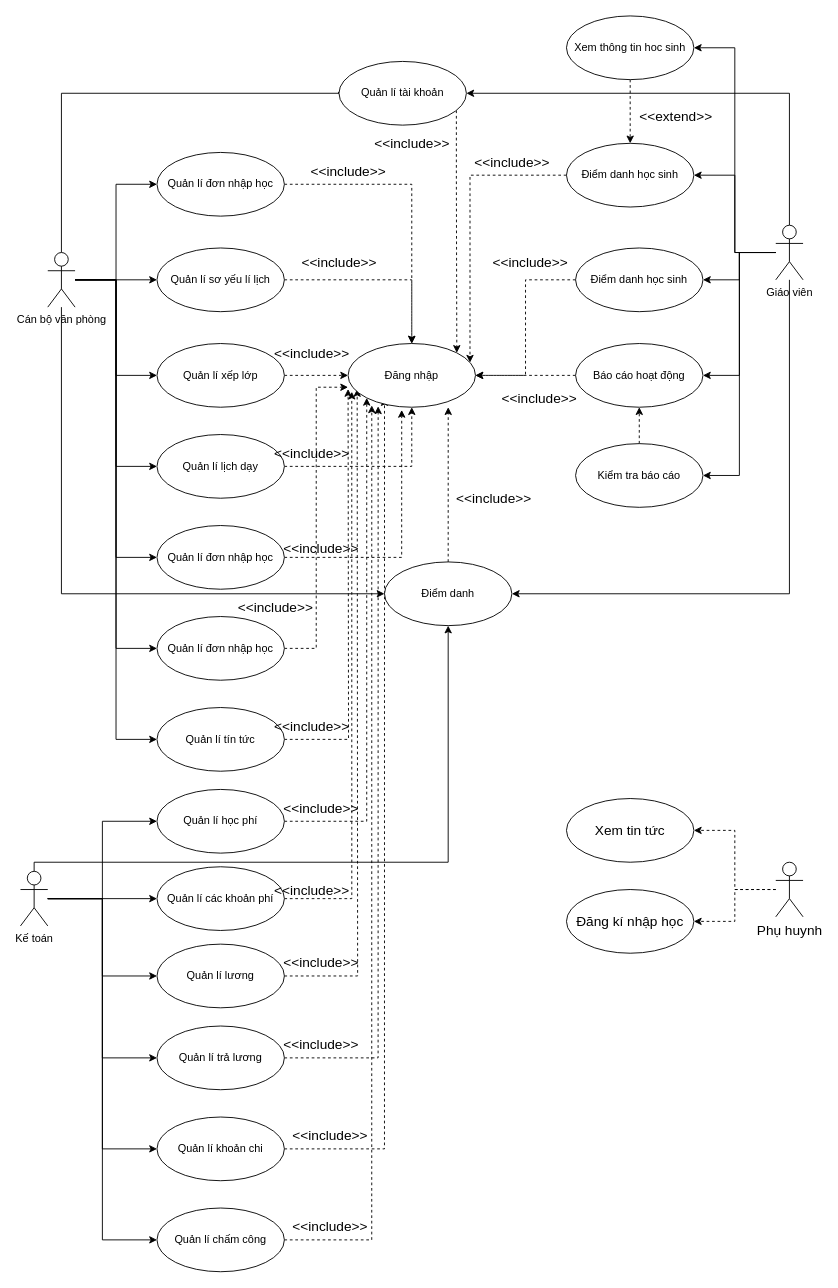
Before: page "Page-1" (1 of 2) of doc/usecase/mamnonusecase.drawio in tuankiet64-cntt/quanlitruongmamnon, a draw.io diagram. Source tidied: cells renumbered, new cells numbered last; positions are measured from the earlier drawing's top-left corner, leaving out a move shared by most shapes. Both pictures are drawn from the tidied source at 91%, with x=0, y=0 at pixel (20, 15).
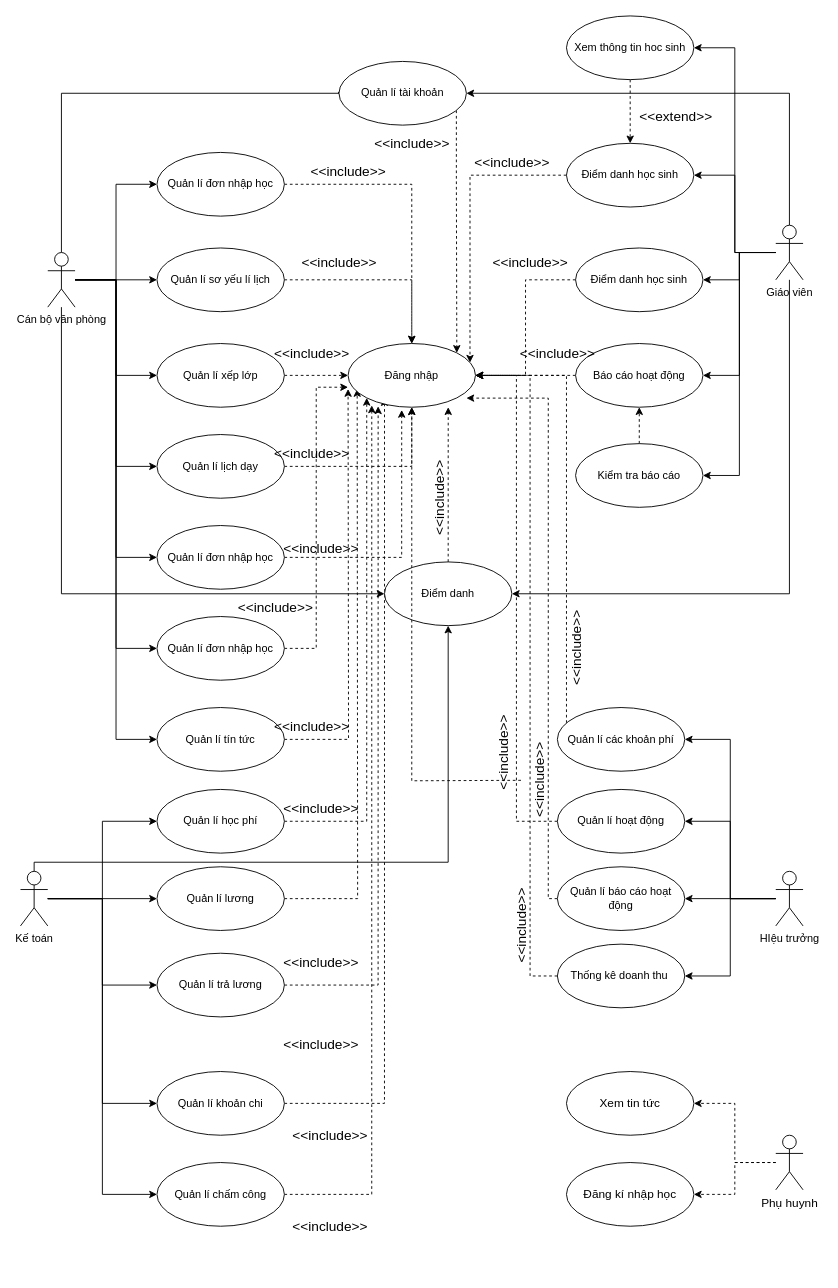
The same page after the edit.

The change refers to these unchanged cells:
```xml
<mxCell id="33" value="Kế toán" style="shape=umlActor;verticalLabelPosition=bottom;verticalAlign=top;html=1;" parent="1" vertex="1">
  <mxGeometry y="940" width="30" height="60" as="geometry" />
</mxCell>
<mxCell id="69" value="Đăng nhập" style="ellipse;whiteSpace=wrap;html=1;" parent="1" vertex="1">
  <mxGeometry x="360" y="360" width="140" height="70" as="geometry" />
</mxCell>
```

Diff of the diagram source:
```diff
@@
-    <mxCell id="27" style="edgeStyle=orthogonalEdgeStyle;rounded=0;jettySize=auto;html=1;" parent="1" edge="1" source="33" target="37">
-      <mxGeometry relative="1" as="geometry" />
-    </mxCell>
@@
-    <mxCell id="36" style="edgeStyle=orthogonalEdgeStyle;rounded=0;jettySize=auto;html=1;entryX=0.029;entryY=0.757;entryDx=0;entryDy=0;entryPerimeter=0;dashed=1;fontSize=15;" parent="1" edge="1" source="37" target="69">
-      <mxGeometry relative="1" as="geometry" />
-    </mxCell>
-    <mxCell id="37" value="Quản lí các khoản phí" style="ellipse;whiteSpace=wrap;html=1;" parent="1" vertex="1">
-      <mxGeometry x="150" y="935" width="140" height="70" as="geometry" />
-    </mxCell>
@@
     <mxCell id="39" value="Quản lí lương" style="ellipse;whiteSpace=wrap;html=1;" parent="1" vertex="1">
-      <mxGeometry x="150" y="1020" width="140" height="70" as="geometry" />
+      <mxGeometry x="150" y="935" width="140" height="70" as="geometry" />
     </mxCell>
@@
     <mxCell id="41" value="Quản lí trả lương" style="ellipse;whiteSpace=wrap;html=1;" parent="1" vertex="1">
-      <mxGeometry x="150" y="1110" width="140" height="70" as="geometry" />
+      <mxGeometry x="150" y="1030" width="140" height="70" as="geometry" />
     </mxCell>
@@
     <mxCell id="43" value="Quản lí khoản chi" style="ellipse;whiteSpace=wrap;html=1;" parent="1" vertex="1">
-      <mxGeometry x="150" y="1210" width="140" height="70" as="geometry" />
+      <mxGeometry x="150" y="1160" width="140" height="70" as="geometry" />
     </mxCell>
@@
     <mxCell id="45" value="Quản lí chấm công" style="ellipse;whiteSpace=wrap;html=1;" parent="1" vertex="1">
-      <mxGeometry x="150" y="1310" width="140" height="70" as="geometry" />
+      <mxGeometry x="150" y="1260" width="140" height="70" as="geometry" />
     </mxCell>
@@
-    <mxCell id="81" value="&amp;lt;&amp;lt;include&amp;gt;&amp;gt;" style="text;html=1;align=center;verticalAlign=middle;fontSize=15;" parent="1" vertex="1">
-      <mxGeometry x="270" y="950" width="100" height="20" as="geometry" />
-    </mxCell>
@@
-    <mxCell id="86" value="&amp;lt;&amp;lt;include&amp;gt;&amp;gt;" style="text;html=1;align=center;verticalAlign=middle;fontSize=15;" parent="1" vertex="1">
-      <mxGeometry x="470" y="520" width="100" height="20" as="geometry" />
+    <mxCell id="86" value="&amp;lt;&amp;lt;include&amp;gt;&amp;gt;" style="text;html=1;align=center;verticalAlign=middle;fontSize=15;rotation=270;" parent="1" vertex="1">
+      <mxGeometry x="410" y="520" width="100" height="20" as="geometry" />
     </mxCell>
-    <mxCell id="87" value="&amp;lt;&amp;lt;include&amp;gt;&amp;gt;" style="text;html=1;align=center;verticalAlign=middle;fontSize=15;" parent="1" vertex="1">
-      <mxGeometry x="520" y="410" width="100" height="20" as="geometry" />
+    <mxCell id="87" value="&amp;lt;&amp;lt;include&amp;gt;&amp;gt;" style="text;html=1;align=center;verticalAlign=middle;fontSize=15;rounded=0;" parent="1" vertex="1">
+      <mxGeometry x="540" y="360" width="100" height="20" as="geometry" />
     </mxCell>
-    <mxCell id="88" style="edgeStyle=orthogonalEdgeStyle;rounded=0;jettySize=auto;html=1;entryX=1;entryY=0.5;entryDx=0;entryDy=0;dashed=1;fontSize=15;" parent="1" edge="1" source="90" target="91">
+    <mxCell id="88" style="edgeStyle=orthogonalEdgeStyle;rounded=0;jettySize=auto;html=1;entryX=1;entryY=0.5;entryDx=0;entryDy=0;dashed=1;fontSize=13;" parent="1" edge="1" source="90" target="91">
       <mxGeometry relative="1" as="geometry" />
     </mxCell>
-    <mxCell id="89" style="edgeStyle=orthogonalEdgeStyle;rounded=0;jettySize=auto;html=1;entryX=1;entryY=0.5;entryDx=0;entryDy=0;dashed=1;fontSize=15;" parent="1" edge="1" source="90" target="92">
+    <mxCell id="89" style="edgeStyle=orthogonalEdgeStyle;rounded=0;jettySize=auto;html=1;entryX=1;entryY=0.5;entryDx=0;entryDy=0;dashed=1;fontSize=13;" parent="1" edge="1" source="90" target="92">
       <mxGeometry relative="1" as="geometry" />
     </mxCell>
-    <mxCell id="90" value="Phụ huynh" style="shape=umlActor;verticalLabelPosition=bottom;verticalAlign=top;html=1;fontSize=15;" parent="1" vertex="1">
-      <mxGeometry x="830" y="930" width="30" height="60" as="geometry" />
+    <mxCell id="90" value="Phụ huynh" style="shape=umlActor;verticalLabelPosition=bottom;verticalAlign=top;html=1;fontSize=13;" parent="1" vertex="1">
+      <mxGeometry x="830" y="1230" width="30" height="60" as="geometry" />
     </mxCell>
-    <mxCell id="91" value="Xem tin tức" style="ellipse;whiteSpace=wrap;html=1;fontSize=15;" parent="1" vertex="1">
-      <mxGeometry x="600" y="860" width="140" height="70" as="geometry" />
+    <mxCell id="91" value="Xem tin tức" style="ellipse;whiteSpace=wrap;html=1;fontSize=13;" parent="1" vertex="1">
+      <mxGeometry x="600" y="1160" width="140" height="70" as="geometry" />
     </mxCell>
-    <mxCell id="92" value="Đăng kí nhập học" style="ellipse;whiteSpace=wrap;html=1;fontSize=15;" parent="1" vertex="1">
-      <mxGeometry x="600" y="960" width="140" height="70" as="geometry" />
+    <mxCell id="92" value="Đăng kí nhập học" style="ellipse;whiteSpace=wrap;html=1;fontSize=13;" parent="1" vertex="1">
+      <mxGeometry x="600" y="1260" width="140" height="70" as="geometry" />
     </mxCell>
+    <mxCell id="93" style="edgeStyle=orthogonalEdgeStyle;rounded=0;jettySize=auto;html=1;entryX=1;entryY=0.5;entryDx=0;entryDy=0;fontSize=13;" parent="1" edge="1" source="97" target="99">
+      <mxGeometry relative="1" as="geometry" />
+    </mxCell>
+    <mxCell id="94" style="edgeStyle=orthogonalEdgeStyle;rounded=0;jettySize=auto;html=1;fontSize=13;" parent="1" edge="1" source="97" target="101">
+      <mxGeometry relative="1" as="geometry" />
+    </mxCell>
+    <mxCell id="95" style="edgeStyle=orthogonalEdgeStyle;rounded=0;jettySize=auto;html=1;entryX=1;entryY=0.5;entryDx=0;entryDy=0;fontSize=13;" parent="1" edge="1" source="97" target="104">
+      <mxGeometry relative="1" as="geometry" />
+    </mxCell>
+    <mxCell id="96" style="edgeStyle=orthogonalEdgeStyle;rounded=0;jettySize=auto;html=1;entryX=1;entryY=0.5;entryDx=0;entryDy=0;fontSize=13;" parent="1" edge="1" source="97" target="37">
+      <mxGeometry relative="1" as="geometry" />
+    </mxCell>
+    <mxCell id="97" value="HIệu trưởng" style="shape=umlActor;verticalLabelPosition=bottom;verticalAlign=top;html=1;outlineConnect=0;" parent="1" vertex="1">
+      <mxGeometry x="830" y="940" width="30" height="60" as="geometry" />
+    </mxCell>
+    <mxCell id="98" style="edgeStyle=orthogonalEdgeStyle;rounded=0;jettySize=auto;html=1;entryX=1;entryY=0.5;entryDx=0;entryDy=0;fontSize=13;dashed=1;" parent="1" edge="1" source="99" target="69">
+      <mxGeometry relative="1" as="geometry" />
+    </mxCell>
+    <mxCell id="99" value="Quản lí hoạt động" style="ellipse;whiteSpace=wrap;html=1;" parent="1" vertex="1">
+      <mxGeometry x="590" y="850" width="140" height="70" as="geometry" />
+    </mxCell>
+    <mxCell id="100" style="edgeStyle=orthogonalEdgeStyle;rounded=0;jettySize=auto;html=1;entryX=0.929;entryY=0.857;entryDx=0;entryDy=0;entryPerimeter=0;fontSize=13;dashed=1;" parent="1" edge="1" source="101" target="69">
+      <mxGeometry relative="1" as="geometry">
+        <Array as="points">
+          <mxPoint x="580" y="970" />
+          <mxPoint x="580" y="420" />
+        </Array>
+      </mxGeometry>
+    </mxCell>
+    <mxCell id="101" value="Quản lí báo cáo hoạt động" style="ellipse;whiteSpace=wrap;html=1;" parent="1" vertex="1">
+      <mxGeometry x="590" y="935" width="140" height="70" as="geometry" />
+    </mxCell>
+    <mxCell id="102" style="edgeStyle=orthogonalEdgeStyle;rounded=0;jettySize=auto;html=1;fontSize=13;dashed=1;" parent="1" edge="1" target="69">
+      <mxGeometry relative="1" as="geometry">
+        <mxPoint x="550" y="840" as="sourcePoint" />
+      </mxGeometry>
+    </mxCell>
+    <mxCell id="103" style="edgeStyle=orthogonalEdgeStyle;rounded=0;jettySize=auto;html=1;dashed=1;fontSize=13;" parent="1" edge="1" source="104" target="69">
+      <mxGeometry relative="1" as="geometry">
+        <Array as="points">
+          <mxPoint x="560" y="1055" />
+          <mxPoint x="560" y="395" />
+        </Array>
+      </mxGeometry>
+    </mxCell>
+    <mxCell id="104" value="Thống kê doanh thu&amp;nbsp;" style="ellipse;whiteSpace=wrap;html=1;" parent="1" vertex="1">
+      <mxGeometry x="590" y="1020" width="140" height="70" as="geometry" />
+    </mxCell>
+    <mxCell id="105" value="&amp;lt;&amp;lt;include&amp;gt;&amp;gt;" style="text;html=1;align=center;verticalAlign=middle;fontSize=15;rotation=270;" parent="1" vertex="1">
+      <mxGeometry x="500" y="990" width="100" height="20" as="geometry" />
+    </mxCell>
+    <mxCell id="106" value="&amp;lt;&amp;lt;include&amp;gt;&amp;gt;" style="text;html=1;align=center;verticalAlign=middle;fontSize=15;rotation=270;" parent="1" vertex="1">
+      <mxGeometry x="480" y="800" width="100" height="20" as="geometry" />
+    </mxCell>
+    <mxCell id="36" style="edgeStyle=orthogonalEdgeStyle;rounded=0;jettySize=auto;html=1;dashed=1;fontSize=13;" parent="1" edge="1" source="37" target="69">
+      <mxGeometry relative="1" as="geometry">
+        <Array as="points">
+          <mxPoint x="600" y="395" />
+        </Array>
+      </mxGeometry>
+    </mxCell>
+    <mxCell id="37" value="Quản lí các khoản phí" style="ellipse;whiteSpace=wrap;html=1;" parent="1" vertex="1">
+      <mxGeometry x="590" y="760" width="140" height="70" as="geometry" />
+    </mxCell>
+    <mxCell id="107" value="&amp;lt;&amp;lt;include&amp;gt;&amp;gt;" style="text;html=1;align=center;verticalAlign=middle;fontSize=15;rotation=270;" parent="1" vertex="1">
+      <mxGeometry x="520" y="830" width="100" height="20" as="geometry" />
+    </mxCell>
+    <mxCell id="108" value="&amp;lt;&amp;lt;include&amp;gt;&amp;gt;" style="text;html=1;align=center;verticalAlign=middle;fontSize=15;rotation=270;" parent="1" vertex="1">
+      <mxGeometry x="560" y="685" width="100" height="20" as="geometry" />
+    </mxCell>
```
